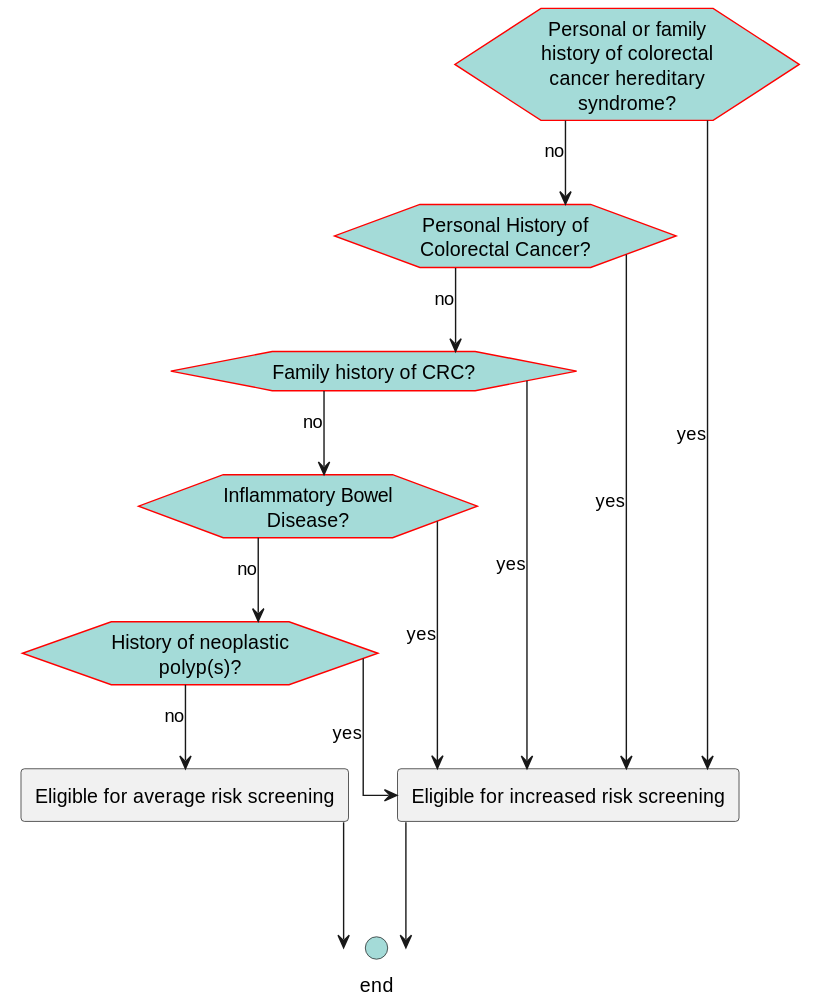
Above: images/flow-IncreasedRiskExclusions.svg in ccsm-cds-tools/CDC-Colorectal-Cancer-Screening-CDS-L2 (PlantUML), before the change.
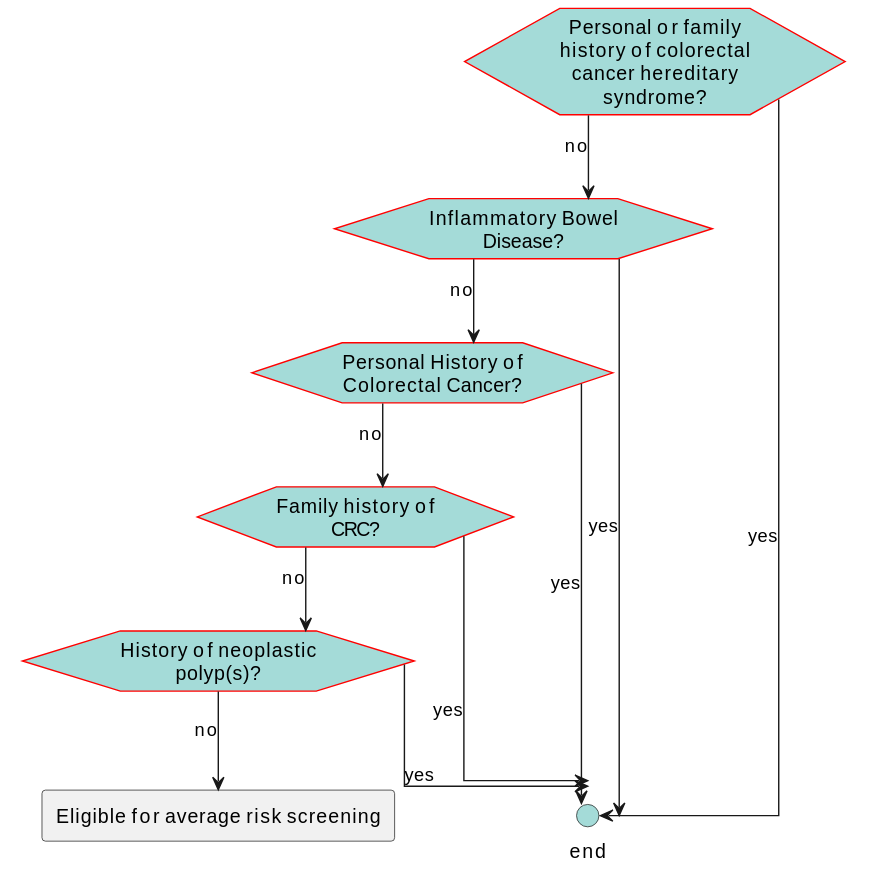
The same diagram one commit later.

Change to the diagram source:
```diff
@@ -22,19 +22,16 @@
 hexagon "Personal History of Colorectal Cancer?" as eve_HxCRC [[#eve-HxCRC]]
 hexagon "Family history of CRC?" as eve_FamilyHxCRC [[#eve-FamilyHxCRC]]
 hexagon "History of neoplastic polyp(s)?" as eve_HxPolyps [[#eve-HxPolyps]]
-rectangle "Eligible for increased risk screening" as act_IncreasedRiskEligible [[#act-IncreasedRiskEligible]]
+circle "end" as end_1 <<end>>
 rectangle "Eligible for average risk screening" as act_AvgRiskScreeningEligible [[#act-AvgRiskScreeningEligible]]
-circle "end" as end_1 <<end>>
-eve_CRCHereditarySyndrome-->act_IncreasedRiskEligible: yes
-eve_CRCHereditarySyndrome-->eve_HxCRC: no
-eve_IBD-->act_IncreasedRiskEligible: yes
-eve_IBD-->eve_HxPolyps: no
-eve_HxCRC-->act_IncreasedRiskEligible: yes
+eve_CRCHereditarySyndrome-->end_1: yes
+eve_CRCHereditarySyndrome-->eve_IBD: no
+eve_IBD-->end_1: yes
+eve_IBD-->eve_HxCRC: no
+eve_HxCRC-->end_1: yes
 eve_HxCRC-->eve_FamilyHxCRC: no
-eve_FamilyHxCRC-->act_IncreasedRiskEligible: yes
-eve_FamilyHxCRC-->eve_IBD: no
-eve_HxPolyps-->act_IncreasedRiskEligible: yes
+eve_FamilyHxCRC-->end_1: yes
+eve_FamilyHxCRC-->eve_HxPolyps: no
+eve_HxPolyps-->end_1: yes
 eve_HxPolyps-->act_AvgRiskScreeningEligible: no
-act_IncreasedRiskEligible-->end_1
-act_AvgRiskScreeningEligible-->end_1
 @enduml
```
